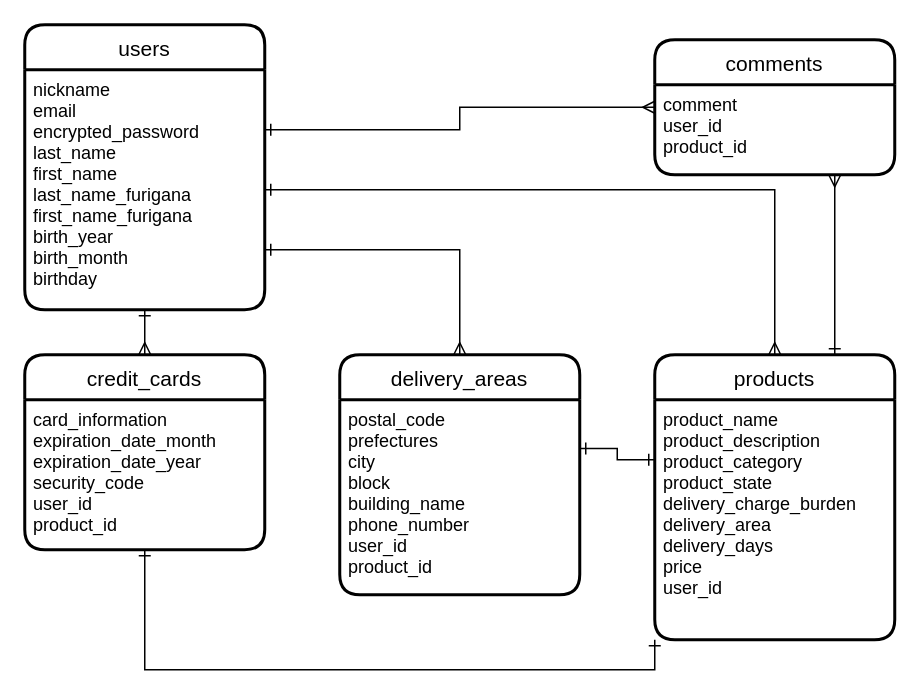
HijiriOkuhara/furima-36024 keeps this draw.io diagram as er.dio. Above is the earlier version. Source tidied: cells renumbered, new cells numbered last; positions are measured from the earlier drawing's top-left corner, leaving out a move shared by most shapes. Both pictures are drawn from the tidied source at 150%, with x=0, y=0 at pixel (24, 24).
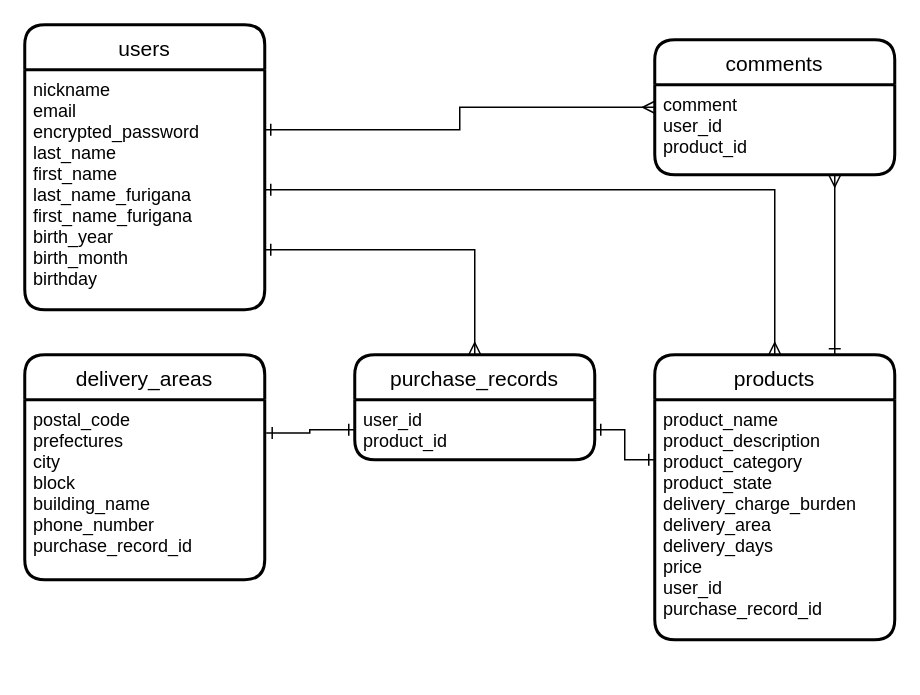
After the change.

Commit message (it also covers changes not shown here):
purchase_recordsテーブルを作成したことによりその関連性を見直し

Change to the diagram source:
```diff
@@
 <mxGraphModel>
   <root>
     <mxCell id="0" />
     <mxCell id="1" parent="0" />
     <mxCell id="2" value="users" style="swimlane;horizontal=1;startSize=30;rounded=1;fontSize=14;fontStyle=0;strokeWidth=2;shadow=0;dashed=0;align=center;" parent="1" vertex="1">
       <mxGeometry width="160" height="190" as="geometry" />
     </mxCell>
     <mxCell id="3" value="nickname&#10;email&#10;encrypted_password&#10;last_name&#10;first_name&#10;last_name_furigana&#10;first_name_furigana&#10;birth_year&#10;birth_month&#10;birthday" style="align=left;strokeColor=none;fillColor=none;spacingLeft=4;fontSize=12;verticalAlign=top;" parent="2" vertex="1">
       <mxGeometry y="30" width="160" height="160" as="geometry" />
     </mxCell>
     <mxCell id="4" style="edgeStyle=orthogonalEdgeStyle;rounded=0;jettySize=auto;html=1;exitX=0.75;exitY=0;exitDx=0;exitDy=0;entryX=0.75;entryY=1;entryDx=0;entryDy=0;startArrow=ERone;startFill=0;endArrow=ERmany;endFill=0;" parent="1" edge="1" source="5" target="8">
       <mxGeometry relative="1" as="geometry" />
     </mxCell>
     <mxCell id="5" value="products" style="swimlane;horizontal=1;startSize=30;rounded=1;fontSize=14;fontStyle=0;strokeWidth=2;shadow=0;dashed=0;align=center;" parent="1" vertex="1">
       <mxGeometry x="420" y="220" width="160" height="190" as="geometry" />
     </mxCell>
-    <mxCell id="6" value="product_name&#10;product_description&#10;product_category&#10;product_state&#10;delivery_charge_burden&#10;delivery_area&#10;delivery_days&#10;price&#10;user_id" style="align=left;strokeColor=none;fillColor=none;spacingLeft=4;fontSize=12;verticalAlign=top;" parent="5" vertex="1">
+    <mxCell id="6" value="product_name&#10;product_description&#10;product_category&#10;product_state&#10;delivery_charge_burden&#10;delivery_area&#10;delivery_days&#10;price&#10;user_id&#10;purchase_record_id" style="align=left;strokeColor=none;fillColor=none;spacingLeft=4;fontSize=12;verticalAlign=top;" parent="5" vertex="1">
       <mxGeometry y="30" width="160" height="160" as="geometry" />
     </mxCell>
     <mxCell id="7" value="comments" style="swimlane;horizontal=1;startSize=30;rounded=1;fontSize=14;fontStyle=0;strokeWidth=2;shadow=0;dashed=0;align=center;" parent="1" vertex="1">
       <mxGeometry x="420" y="10" width="160" height="90" as="geometry" />
     </mxCell>
     <mxCell id="8" value="comment&#10;user_id&#10;product_id" style="align=left;strokeColor=none;fillColor=none;spacingLeft=4;fontSize=12;verticalAlign=top;" parent="7" vertex="1">
       <mxGeometry y="30" width="160" height="60" as="geometry" />
     </mxCell>
-    <mxCell id="9" value="credit_cards" style="swimlane;horizontal=1;startSize=30;rounded=1;fontSize=14;fontStyle=0;strokeWidth=2;shadow=0;dashed=0;align=center;" parent="1" vertex="1">
-      <mxGeometry y="220" width="160" height="130" as="geometry" />
+    <mxCell id="9" value="purchase_records" style="swimlane;horizontal=1;startSize=30;rounded=1;fontSize=14;fontStyle=0;strokeWidth=2;shadow=0;dashed=0;align=center;" parent="1" vertex="1">
+      <mxGeometry x="220" y="220" width="160" height="70" as="geometry" />
     </mxCell>
-    <mxCell id="10" value="card_information&#10;expiration_date_month&#10;expiration_date_year&#10;security_code&#10;user_id&#10;product_id" style="align=left;strokeColor=none;fillColor=none;spacingLeft=4;fontSize=12;verticalAlign=top;" parent="9" vertex="1">
-      <mxGeometry y="30" width="160" height="100" as="geometry" />
+    <mxCell id="10" value="user_id&#10;product_id" style="align=left;strokeColor=none;fillColor=none;spacingLeft=4;fontSize=12;verticalAlign=top;" parent="9" vertex="1">
+      <mxGeometry y="30" width="160" height="40" as="geometry" />
     </mxCell>
     <mxCell id="11" value="delivery_areas" style="swimlane;horizontal=1;startSize=30;rounded=1;fontSize=14;fontStyle=0;strokeWidth=2;shadow=0;dashed=0;align=center;" parent="1" vertex="1">
-      <mxGeometry x="210" y="220" width="160" height="160" as="geometry" />
+      <mxGeometry y="220" width="160" height="150" as="geometry" />
     </mxCell>
-    <mxCell id="12" value="postal_code&#10;prefectures&#10;city&#10;block&#10;building_name&#10;phone_number&#10;user_id&#10;product_id" style="align=left;strokeColor=none;fillColor=none;spacingLeft=4;fontSize=12;verticalAlign=top;" parent="11" vertex="1">
-      <mxGeometry y="30" width="160" height="130" as="geometry" />
+    <mxCell id="12" value="postal_code&#10;prefectures&#10;city&#10;block&#10;building_name&#10;phone_number&#10;purchase_record_id" style="align=left;strokeColor=none;fillColor=none;spacingLeft=4;fontSize=12;verticalAlign=top;" parent="11" vertex="1">
+      <mxGeometry y="30" width="160" height="120" as="geometry" />
     </mxCell>
     <mxCell id="13" style="edgeStyle=orthogonalEdgeStyle;rounded=0;jettySize=auto;html=1;exitX=1;exitY=0.25;exitDx=0;exitDy=0;entryX=0;entryY=0.25;entryDx=0;entryDy=0;startArrow=ERone;startFill=0;endArrow=ERmany;endFill=0;" parent="1" edge="1" source="3" target="8">
       <mxGeometry relative="1" as="geometry" />
     </mxCell>
+    <mxCell id="15" style="edgeStyle=orthogonalEdgeStyle;rounded=0;jettySize=auto;html=1;exitX=1;exitY=0.5;exitDx=0;exitDy=0;entryX=0.5;entryY=0;entryDx=0;entryDy=0;startArrow=ERone;startFill=0;endArrow=ERmany;endFill=0;" parent="1" edge="1" source="3" target="5">
+      <mxGeometry relative="1" as="geometry" />
+    </mxCell>
+    <mxCell id="19" style="edgeStyle=orthogonalEdgeStyle;rounded=0;jettySize=auto;html=1;exitX=1;exitY=0.5;exitDx=0;exitDy=0;entryX=0;entryY=0.25;entryDx=0;entryDy=0;startArrow=ERone;startFill=0;endArrow=ERone;endFill=0;" parent="1" edge="1" source="10" target="6">
+      <mxGeometry relative="1" as="geometry" />
+    </mxCell>
+    <mxCell id="20" style="edgeStyle=orthogonalEdgeStyle;rounded=0;jettySize=auto;html=1;exitX=0;exitY=0.5;exitDx=0;exitDy=0;entryX=1.006;entryY=0.185;entryDx=0;entryDy=0;entryPerimeter=0;startArrow=ERone;startFill=0;endArrow=ERone;endFill=0;" parent="1" edge="1" source="10" target="12">
+      <mxGeometry relative="1" as="geometry" />
+    </mxCell>
-    <mxCell id="14" style="edgeStyle=orthogonalEdgeStyle;rounded=0;jettySize=auto;html=1;exitX=0.5;exitY=1;exitDx=0;exitDy=0;entryX=0.5;entryY=0;entryDx=0;entryDy=0;startArrow=ERone;startFill=0;endArrow=ERmany;endFill=0;" parent="1" edge="1" source="3" target="9">
+    <mxCell id="14" style="edgeStyle=orthogonalEdgeStyle;rounded=0;jettySize=auto;html=1;exitX=1;exitY=0.75;exitDx=0;exitDy=0;entryX=0.5;entryY=0;entryDx=0;entryDy=0;startArrow=ERone;startFill=0;endArrow=ERmany;endFill=0;" parent="1" edge="1" source="3" target="9">
       <mxGeometry relative="1" as="geometry" />
     </mxCell>
-    <mxCell id="15" style="edgeStyle=orthogonalEdgeStyle;rounded=0;jettySize=auto;html=1;exitX=1;exitY=0.5;exitDx=0;exitDy=0;entryX=0.5;entryY=0;entryDx=0;entryDy=0;startArrow=ERone;startFill=0;endArrow=ERmany;endFill=0;" parent="1" edge="1" source="3" target="5">
-      <mxGeometry relative="1" as="geometry" />
-    </mxCell>
-    <mxCell id="16" style="edgeStyle=orthogonalEdgeStyle;rounded=0;jettySize=auto;html=1;exitX=1;exitY=0.75;exitDx=0;exitDy=0;entryX=0.5;entryY=0;entryDx=0;entryDy=0;startArrow=ERone;startFill=0;endArrow=ERmany;endFill=0;" parent="1" edge="1" source="3" target="11">
-      <mxGeometry relative="1" as="geometry" />
-    </mxCell>
-    <mxCell id="17" style="edgeStyle=orthogonalEdgeStyle;rounded=0;jettySize=auto;html=1;exitX=0;exitY=0.25;exitDx=0;exitDy=0;entryX=1;entryY=0.25;entryDx=0;entryDy=0;startArrow=ERone;startFill=0;endArrow=ERone;endFill=0;" parent="1" edge="1" source="6" target="12">
-      <mxGeometry relative="1" as="geometry" />
-    </mxCell>
-    <mxCell id="18" style="edgeStyle=orthogonalEdgeStyle;rounded=0;jettySize=auto;html=1;exitX=0;exitY=1;exitDx=0;exitDy=0;entryX=0.5;entryY=1;entryDx=0;entryDy=0;startArrow=ERone;startFill=0;endArrow=ERone;endFill=0;" parent="1" edge="1" source="6" target="10">
-      <mxGeometry relative="1" as="geometry" />
-    </mxCell>
   </root>
 </mxGraphModel>
```
